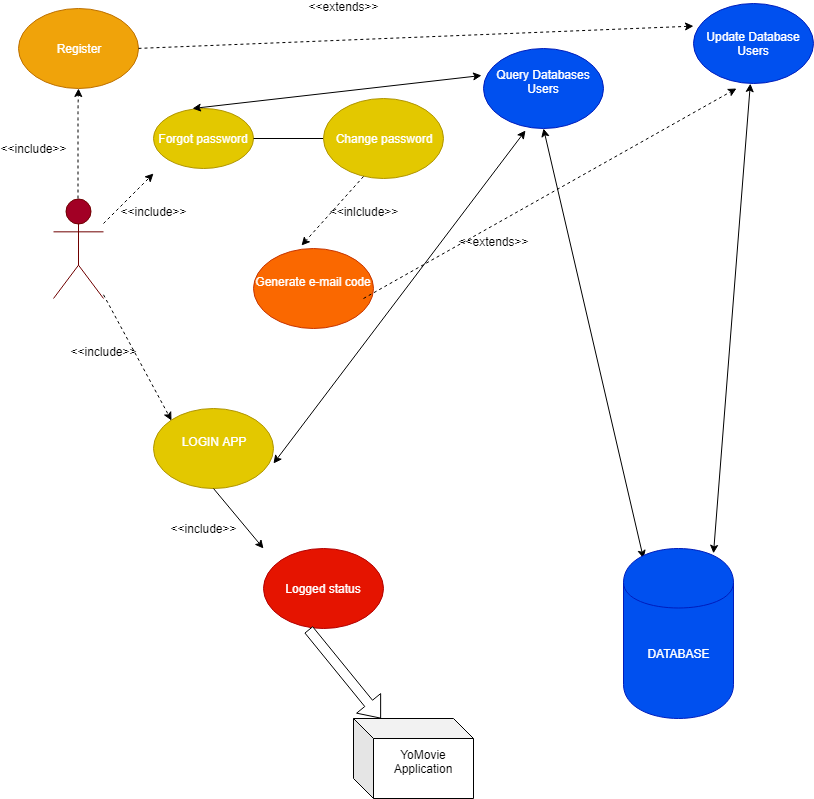
MarianCodrinCretu/Tehnologii-Web keeps this draw.io diagram as T2/UseCase/UserLoginRegister.png. Above is the earlier version. Source tidied: cells renumbered, new cells last; positions are measured from the earlier drawing's top-left corner, leaving out a move shared by most shapes. The source it was exported from:
```xml
<mxGraphModel>
  <root>
    <mxCell id="0" />
    <mxCell id="1" parent="0" />
    <mxCell id="2" value="Actor" style="shape=umlActor;verticalLabelPosition=bottom;labelBackgroundColor=#ffffff;verticalAlign=top;html=1;outlineConnect=0;fillColor=#a20025;strokeColor=#6F0000;fontColor=#ffffff;" parent="1" vertex="1">
      <mxGeometry x="50" y="195" width="50" height="100" as="geometry" />
    </mxCell>
    <mxCell id="3" style="endArrow=classic;html=1;dashed=1;fillColor=#ffffff;" parent="1" edge="1">
      <mxGeometry relative="1" as="geometry">
        <mxPoint x="74.5" y="195" as="sourcePoint" />
        <mxPoint x="75" y="85" as="targetPoint" />
        <Array as="points">
          <mxPoint x="74.5" y="105" />
        </Array>
      </mxGeometry>
    </mxCell>
    <mxCell id="4" value="&amp;lt;&amp;lt;include&amp;gt;&amp;gt;" style="text;html=1;strokeColor=none;fillColor=none;align=center;verticalAlign=middle;whiteSpace=wrap;rounded=0;" parent="1" vertex="1">
      <mxGeometry y="135" width="60" height="20" as="geometry" />
    </mxCell>
    <mxCell id="5" value="Register" style="ellipse;whiteSpace=wrap;html=1;fillColor=#f0a30a;strokeColor=#BD7000;fontColor=#ffffff;" parent="1" vertex="1">
      <mxGeometry x="15" y="5" width="120" height="80" as="geometry" />
    </mxCell>
    <mxCell id="6" value="&amp;lt;&amp;lt;include&amp;gt;&amp;gt;&lt;br&gt;&lt;br&gt;" style="text;html=1;strokeColor=none;fillColor=none;align=center;verticalAlign=middle;whiteSpace=wrap;rounded=0;" parent="1" vertex="1">
      <mxGeometry x="130" y="205" width="40" height="20" as="geometry" />
    </mxCell>
    <mxCell id="7" style="endArrow=classic;html=1;fillColor=#ffffff;dashed=1;" parent="1" edge="1">
      <mxGeometry relative="1" as="geometry">
        <mxPoint x="100" y="220" as="sourcePoint" />
        <mxPoint x="150" y="170" as="targetPoint" />
      </mxGeometry>
    </mxCell>
    <mxCell id="8" value="Forgot password" style="ellipse;whiteSpace=wrap;html=1;fillColor=#e3c800;strokeColor=#B09500;fontColor=#ffffff;" parent="1" vertex="1">
      <mxGeometry x="150" y="105" width="100" height="60" as="geometry" />
    </mxCell>
    <mxCell id="9" value="LOGIN APP&lt;br&gt;&lt;br&gt;" style="ellipse;whiteSpace=wrap;html=1;fillColor=#e3c800;strokeColor=#B09500;fontColor=#ffffff;" parent="1" vertex="1">
      <mxGeometry x="150" y="405" width="120" height="80" as="geometry" />
    </mxCell>
    <mxCell id="10" style="endArrow=none;html=1;fillColor=#ffffff;exitX=1;exitY=0.5;exitDx=0;exitDy=0;" parent="1" edge="1" source="8" target="11">
      <mxGeometry relative="1" as="geometry" />
    </mxCell>
    <mxCell id="11" value="Change password" style="ellipse;whiteSpace=wrap;html=1;fillColor=#e3c800;strokeColor=#B09500;fontColor=#ffffff;" parent="1" vertex="1">
      <mxGeometry x="320" y="95" width="120" height="80" as="geometry" />
    </mxCell>
    <mxCell id="12" style="endArrow=classic;html=1;fillColor=#ffffff;dashed=1;" parent="1" edge="1">
      <mxGeometry relative="1" as="geometry">
        <mxPoint x="135" y="44.9" as="sourcePoint" />
        <mxPoint x="690" y="22.6" as="targetPoint" />
      </mxGeometry>
    </mxCell>
    <mxCell id="13" value="&amp;lt;&amp;lt;extends&amp;gt;&amp;gt;&lt;br&gt;&lt;br&gt;" style="text;html=1;strokeColor=none;fillColor=none;align=center;verticalAlign=middle;whiteSpace=wrap;rounded=0;" parent="1" vertex="1">
      <mxGeometry x="320" width="40" height="20" as="geometry" />
    </mxCell>
    <mxCell id="14" value="Generate e-mail code&lt;br&gt;&lt;br&gt;" style="ellipse;whiteSpace=wrap;html=1;fillColor=#fa6800;strokeColor=#C73500;fontColor=#ffffff;" parent="1" vertex="1">
      <mxGeometry x="250" y="245" width="120" height="80" as="geometry" />
    </mxCell>
    <mxCell id="15" style="endArrow=classic;html=1;dashed=1;fillColor=#ffffff;entryX=0.4;entryY=-0.035;entryDx=0;entryDy=0;entryPerimeter=0;exitX=0.33;exitY=0.98;exitDx=0;exitDy=0;exitPerimeter=0;" parent="1" edge="1" source="11" target="14">
      <mxGeometry relative="1" as="geometry" />
    </mxCell>
    <mxCell id="16" value="&amp;lt;&amp;lt;inlclude&amp;gt;&amp;gt;&lt;br&gt;&lt;br&gt;" style="text;html=1;strokeColor=none;fillColor=none;align=center;verticalAlign=middle;whiteSpace=wrap;rounded=0;" parent="1" vertex="1">
      <mxGeometry x="340" y="205" width="40" height="20" as="geometry" />
    </mxCell>
    <mxCell id="17" style="endArrow=classic;html=1;dashed=1;fillColor=#ffffff;entryX=0.329;entryY=0.997;entryDx=0;entryDy=0;entryPerimeter=0;" parent="1" edge="1">
      <mxGeometry relative="1" as="geometry">
        <mxPoint x="360" y="295" as="sourcePoint" />
        <mxPoint x="733" y="85" as="targetPoint" />
      </mxGeometry>
    </mxCell>
    <mxCell id="18" value="&amp;lt;&amp;lt;extends&amp;gt;&amp;gt;&lt;br&gt;&lt;br&gt;" style="text;html=1;strokeColor=none;fillColor=none;align=center;verticalAlign=middle;whiteSpace=wrap;rounded=0;" parent="1" vertex="1">
      <mxGeometry x="470" y="235" width="40" height="20" as="geometry" />
    </mxCell>
    <mxCell id="19" value="Update Database Users" style="ellipse;whiteSpace=wrap;html=1;fillColor=#0050ef;strokeColor=#001DBC;fontColor=#ffffff;" parent="1" vertex="1">
      <mxGeometry x="690" y="0.2" width="120" height="80" as="geometry" />
    </mxCell>
    <mxCell id="20" value="Query Databases Users&lt;br&gt;&lt;br&gt;" style="ellipse;whiteSpace=wrap;html=1;fillColor=#0050ef;strokeColor=#001DBC;fontColor=#ffffff;" parent="1" vertex="1">
      <mxGeometry x="480" y="45" width="120" height="80" as="geometry" />
    </mxCell>
    <mxCell id="21" style="endArrow=classic;startArrow=classic;html=1;fillColor=#ffffff;entryX=0.5;entryY=1;entryDx=0;entryDy=0;" parent="1" edge="1" target="20">
      <mxGeometry relative="1" as="geometry">
        <mxPoint x="640" y="555" as="sourcePoint" />
      </mxGeometry>
    </mxCell>
    <mxCell id="22" style="endArrow=classic;startArrow=classic;html=1;fillColor=#ffffff;" parent="1" edge="1" target="19">
      <mxGeometry relative="1" as="geometry">
        <mxPoint x="710" y="549.8" as="sourcePoint" />
      </mxGeometry>
    </mxCell>
    <mxCell id="23" value="DATABASE" style="shape=cylinder;whiteSpace=wrap;html=1;boundedLbl=1;backgroundOutline=1;fillColor=#0050ef;strokeColor=#001DBC;fontColor=#ffffff;" parent="1" vertex="1">
      <mxGeometry x="620" y="545" width="110" height="170" as="geometry" />
    </mxCell>
    <mxCell id="24" style="endArrow=classic;startArrow=classic;html=1;fillColor=#ffffff;exitX=0.392;exitY=-0.007;exitDx=0;exitDy=0;exitPerimeter=0;entryX=-0.013;entryY=0.34;entryDx=0;entryDy=0;entryPerimeter=0;" parent="1" edge="1" source="8" target="20">
      <mxGeometry relative="1" as="geometry" />
    </mxCell>
    <mxCell id="25" style="endArrow=classic;html=1;fillColor=#ffffff;entryX=0;entryY=0;entryDx=0;entryDy=0;dashed=1;" parent="1" edge="1" source="2" target="9">
      <mxGeometry relative="1" as="geometry" />
    </mxCell>
    <mxCell id="26" value="&amp;lt;&amp;lt;include&amp;gt;&amp;gt;&lt;br&gt;&lt;br&gt;" style="text;html=1;strokeColor=none;fillColor=none;align=center;verticalAlign=middle;whiteSpace=wrap;rounded=0;" parent="1" vertex="1">
      <mxGeometry x="80" y="345" width="40" height="20" as="geometry" />
    </mxCell>
    <mxCell id="27" style="endArrow=classic;startArrow=classic;html=1;fillColor=#ffffff;entryX=0.35;entryY=1.025;entryDx=0;entryDy=0;entryPerimeter=0;" parent="1" edge="1" target="20">
      <mxGeometry relative="1" as="geometry">
        <mxPoint x="270" y="460" as="sourcePoint" />
      </mxGeometry>
    </mxCell>
    <mxCell id="28" style="endArrow=classic;html=1;fillColor=#ffffff;exitX=0.5;exitY=1;exitDx=0;exitDy=0;" parent="1" edge="1" source="9">
      <mxGeometry relative="1" as="geometry">
        <mxPoint x="260" y="545" as="targetPoint" />
      </mxGeometry>
    </mxCell>
    <mxCell id="29" value="&amp;lt;&amp;lt;include&amp;gt;&amp;gt;" style="text;html=1;strokeColor=none;fillColor=none;align=center;verticalAlign=middle;whiteSpace=wrap;rounded=0;" parent="1" vertex="1">
      <mxGeometry x="180" y="515" width="40" height="20" as="geometry" />
    </mxCell>
    <mxCell id="30" value="Logged status" style="ellipse;whiteSpace=wrap;html=1;fillColor=#e51400;strokeColor=#B20000;fontColor=#ffffff;" parent="1" vertex="1">
      <mxGeometry x="260" y="545" width="120" height="80" as="geometry" />
    </mxCell>
    <mxCell id="31" style="shape=flexArrow;endArrow=classic;html=1;fillColor=#ffffff;exitX=0.377;exitY=1.015;exitDx=0;exitDy=0;exitPerimeter=0;" parent="1" edge="1" source="30" target="32">
      <mxGeometry relative="1" as="geometry" />
    </mxCell>
    <mxCell id="32" value="YoMovie Application&lt;br&gt;&lt;br&gt;" style="shape=cube;whiteSpace=wrap;html=1;boundedLbl=1;backgroundOutline=1;darkOpacity=0.05;darkOpacity2=0.1;" parent="1" vertex="1">
      <mxGeometry x="350" y="715" width="120" height="80" as="geometry" />
    </mxCell>
  </root>
</mxGraphModel>
```
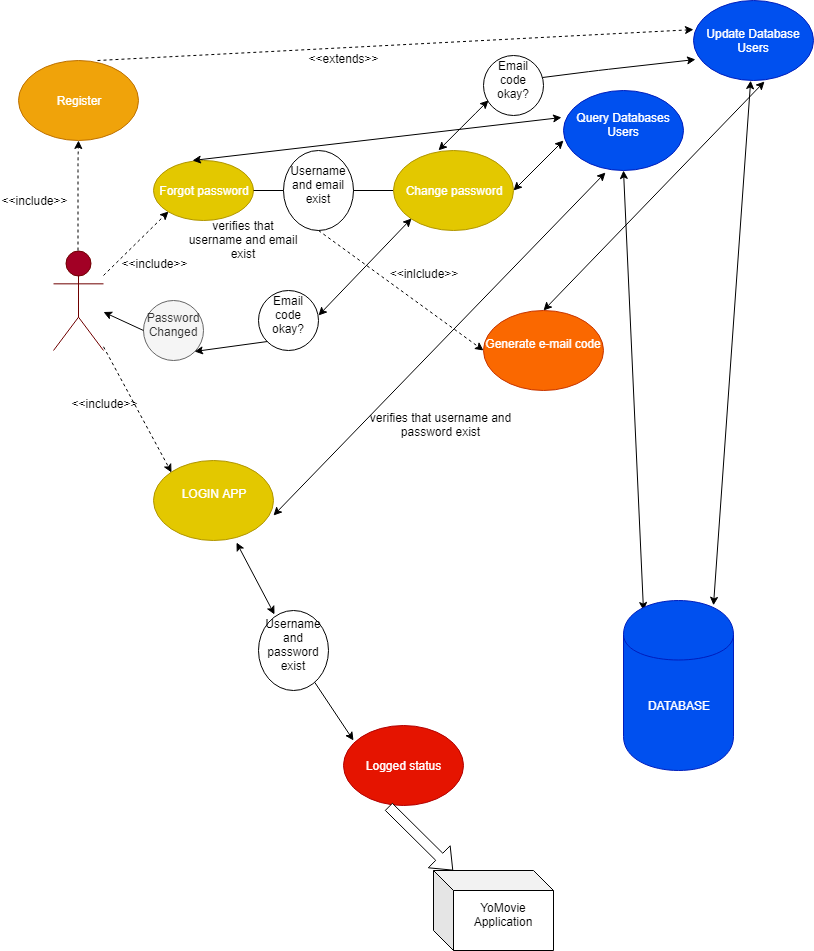
Later version of the same file.

Commit message:
UseCaseLogin modificat

Diff of the diagram source:
```diff
@@ -23,10 +23,9 @@
     <mxCell id="6" value="&amp;lt;&amp;lt;include&amp;gt;&amp;gt;&lt;br&gt;&lt;br&gt;" style="text;html=1;strokeColor=none;fillColor=none;align=center;verticalAlign=middle;whiteSpace=wrap;rounded=0;" parent="1" vertex="1">
       <mxGeometry x="130" y="205" width="40" height="20" as="geometry" />
     </mxCell>
-    <mxCell id="7" style="endArrow=classic;html=1;fillColor=#ffffff;dashed=1;" parent="1" edge="1">
+    <mxCell id="7" style="endArrow=classic;html=1;fillColor=#ffffff;dashed=1;entryX=0;entryY=1;entryDx=0;entryDy=0;" parent="1" edge="1" target="8">
       <mxGeometry relative="1" as="geometry">
         <mxPoint x="100" y="220" as="sourcePoint" />
-        <mxPoint x="150" y="170" as="targetPoint" />
       </mxGeometry>
     </mxCell>
     <mxCell id="8" value="Forgot password" style="ellipse;whiteSpace=wrap;html=1;fillColor=#e3c800;strokeColor=#B09500;fontColor=#ffffff;" parent="1" vertex="1">
@@ -39,40 +38,27 @@
       <mxGeometry relative="1" as="geometry" />
     </mxCell>
     <mxCell id="11" value="Change password" style="ellipse;whiteSpace=wrap;html=1;fillColor=#e3c800;strokeColor=#B09500;fontColor=#ffffff;" parent="1" vertex="1">
-      <mxGeometry x="320" y="95" width="120" height="80" as="geometry" />
+      <mxGeometry x="390" y="95" width="120" height="80" as="geometry" />
     </mxCell>
-    <mxCell id="12" style="endArrow=classic;html=1;fillColor=#ffffff;dashed=1;" parent="1" edge="1">
+    <mxCell id="12" style="endArrow=classic;html=1;fillColor=#ffffff;dashed=1;exitX=0.661;exitY=-0.002;exitDx=0;exitDy=0;exitPerimeter=0;" parent="1" edge="1" source="5">
       <mxGeometry relative="1" as="geometry">
-        <mxPoint x="135" y="44.9" as="sourcePoint" />
-        <mxPoint x="690" y="22.6" as="targetPoint" />
+        <mxPoint x="690" y="-25.9" as="targetPoint" />
       </mxGeometry>
     </mxCell>
     <mxCell id="13" value="&amp;lt;&amp;lt;extends&amp;gt;&amp;gt;&lt;br&gt;&lt;br&gt;" style="text;html=1;strokeColor=none;fillColor=none;align=center;verticalAlign=middle;whiteSpace=wrap;rounded=0;" parent="1" vertex="1">
       <mxGeometry x="320" width="40" height="20" as="geometry" />
     </mxCell>
     <mxCell id="14" value="Generate e-mail code&lt;br&gt;&lt;br&gt;" style="ellipse;whiteSpace=wrap;html=1;fillColor=#fa6800;strokeColor=#C73500;fontColor=#ffffff;" parent="1" vertex="1">
-      <mxGeometry x="250" y="245" width="120" height="80" as="geometry" />
+      <mxGeometry x="480" y="255" width="120" height="80" as="geometry" />
     </mxCell>
-    <mxCell id="15" style="endArrow=classic;html=1;dashed=1;fillColor=#ffffff;entryX=0.4;entryY=-0.035;entryDx=0;entryDy=0;entryPerimeter=0;exitX=0.33;exitY=0.98;exitDx=0;exitDy=0;exitPerimeter=0;" parent="1" edge="1" source="11" target="14">
-      <mxGeometry relative="1" as="geometry" />
-    </mxCell>
     <mxCell id="16" value="&amp;lt;&amp;lt;inlclude&amp;gt;&amp;gt;&lt;br&gt;&lt;br&gt;" style="text;html=1;strokeColor=none;fillColor=none;align=center;verticalAlign=middle;whiteSpace=wrap;rounded=0;" parent="1" vertex="1">
-      <mxGeometry x="340" y="205" width="40" height="20" as="geometry" />
+      <mxGeometry x="400" y="215" width="40" height="20" as="geometry" />
     </mxCell>
-    <mxCell id="17" style="endArrow=classic;html=1;dashed=1;fillColor=#ffffff;entryX=0.329;entryY=0.997;entryDx=0;entryDy=0;entryPerimeter=0;" parent="1" edge="1">
-      <mxGeometry relative="1" as="geometry">
-        <mxPoint x="360" y="295" as="sourcePoint" />
-        <mxPoint x="733" y="85" as="targetPoint" />
-      </mxGeometry>
-    </mxCell>
-    <mxCell id="18" value="&amp;lt;&amp;lt;extends&amp;gt;&amp;gt;&lt;br&gt;&lt;br&gt;" style="text;html=1;strokeColor=none;fillColor=none;align=center;verticalAlign=middle;whiteSpace=wrap;rounded=0;" parent="1" vertex="1">
-      <mxGeometry x="470" y="235" width="40" height="20" as="geometry" />
-    </mxCell>
     <mxCell id="19" value="Update Database Users" style="ellipse;whiteSpace=wrap;html=1;fillColor=#0050ef;strokeColor=#001DBC;fontColor=#ffffff;" parent="1" vertex="1">
-      <mxGeometry x="690" y="0.2" width="120" height="80" as="geometry" />
+      <mxGeometry x="690" y="-54.8" width="120" height="80" as="geometry" />
     </mxCell>
     <mxCell id="20" value="Query Databases Users&lt;br&gt;&lt;br&gt;" style="ellipse;whiteSpace=wrap;html=1;fillColor=#0050ef;strokeColor=#001DBC;fontColor=#ffffff;" parent="1" vertex="1">
-      <mxGeometry x="480" y="45" width="120" height="80" as="geometry" />
+      <mxGeometry x="560" y="35" width="120" height="80" as="geometry" />
     </mxCell>
     <mxCell id="21" style="endArrow=classic;startArrow=classic;html=1;fillColor=#ffffff;entryX=0.5;entryY=1;entryDx=0;entryDy=0;" parent="1" edge="1" target="20">
       <mxGeometry relative="1" as="geometry">
@@ -101,22 +87,82 @@
         <mxPoint x="270" y="460" as="sourcePoint" />
       </mxGeometry>
     </mxCell>
-    <mxCell id="28" style="endArrow=classic;html=1;fillColor=#ffffff;exitX=0.5;exitY=1;exitDx=0;exitDy=0;" parent="1" edge="1" source="9">
-      <mxGeometry relative="1" as="geometry">
-        <mxPoint x="260" y="545" as="targetPoint" />
-      </mxGeometry>
-    </mxCell>
-    <mxCell id="29" value="&amp;lt;&amp;lt;include&amp;gt;&amp;gt;" style="text;html=1;strokeColor=none;fillColor=none;align=center;verticalAlign=middle;whiteSpace=wrap;rounded=0;" parent="1" vertex="1">
-      <mxGeometry x="180" y="515" width="40" height="20" as="geometry" />
-    </mxCell>
     <mxCell id="30" value="Logged status" style="ellipse;whiteSpace=wrap;html=1;fillColor=#e51400;strokeColor=#B20000;fontColor=#ffffff;" parent="1" vertex="1">
-      <mxGeometry x="260" y="545" width="120" height="80" as="geometry" />
+      <mxGeometry x="340" y="670" width="120" height="80" as="geometry" />
     </mxCell>
     <mxCell id="31" style="shape=flexArrow;endArrow=classic;html=1;fillColor=#ffffff;exitX=0.377;exitY=1.015;exitDx=0;exitDy=0;exitPerimeter=0;" parent="1" edge="1" source="30" target="32">
       <mxGeometry relative="1" as="geometry" />
     </mxCell>
     <mxCell id="32" value="YoMovie Application&lt;br&gt;&lt;br&gt;" style="shape=cube;whiteSpace=wrap;html=1;boundedLbl=1;backgroundOutline=1;darkOpacity=0.05;darkOpacity2=0.1;" parent="1" vertex="1">
-      <mxGeometry x="350" y="715" width="120" height="80" as="geometry" />
+      <mxGeometry x="430" y="815" width="120" height="80" as="geometry" />
     </mxCell>
+    <mxCell id="33" value="verifies that username and password exist&lt;br&gt;&lt;br&gt;" style="text;html=1;strokeColor=none;fillColor=none;align=center;verticalAlign=middle;whiteSpace=wrap;rounded=0;" parent="1" vertex="1">
+      <mxGeometry x="365" y="365" width="145" height="20" as="geometry" />
+    </mxCell>
+    <mxCell id="34" value="verifies that username and email exist&lt;br&gt;&lt;br&gt;" style="text;html=1;strokeColor=none;fillColor=none;align=center;verticalAlign=middle;whiteSpace=wrap;rounded=0;" parent="1" vertex="1">
+      <mxGeometry x="180" y="165" width="120" height="50" as="geometry" />
+    </mxCell>
+    <mxCell id="35" value="Username and email exist&lt;br&gt;&lt;br&gt;" style="ellipse;whiteSpace=wrap;html=1;" parent="1" vertex="1">
+      <mxGeometry x="280" y="95" width="70" height="80" as="geometry" />
+    </mxCell>
+    <mxCell id="36" value="Username and password exist&lt;br&gt;&lt;br&gt;" style="ellipse;whiteSpace=wrap;html=1;" parent="1" vertex="1">
+      <mxGeometry x="255" y="555" width="70" height="80" as="geometry" />
+    </mxCell>
+    <mxCell id="37" style="endArrow=classic;startArrow=classic;html=1;exitX=0.226;exitY=0.05;exitDx=0;exitDy=0;exitPerimeter=0;entryX=0.693;entryY=1.025;entryDx=0;entryDy=0;entryPerimeter=0;" parent="1" edge="1" source="36" target="9">
+      <mxGeometry relative="1" as="geometry" />
+    </mxCell>
+    <mxCell id="38" style="endArrow=classic;html=1;entryX=0.083;entryY=0.188;entryDx=0;entryDy=0;entryPerimeter=0;" parent="1" edge="1" source="36" target="30">
+      <mxGeometry relative="1" as="geometry" />
+    </mxCell>
+    <mxCell id="39" value="Password Changed&lt;br&gt;&lt;br&gt;" style="ellipse;whiteSpace=wrap;html=1;fillColor=#f5f5f5;strokeColor=#666666;fontColor=#333333;" parent="1" vertex="1">
+      <mxGeometry x="140" y="245" width="60" height="60" as="geometry" />
+    </mxCell>
+    <mxCell id="40" style="endArrow=classic;startArrow=classic;html=1;entryX=0.594;entryY=1.009;entryDx=0;entryDy=0;entryPerimeter=0;" parent="1" edge="1" target="19">
+      <mxGeometry relative="1" as="geometry">
+        <mxPoint x="540" y="255" as="sourcePoint" />
+      </mxGeometry>
+    </mxCell>
+    <mxCell id="41" style="endArrow=classic;html=1;exitX=0.5;exitY=1;exitDx=0;exitDy=0;entryX=0;entryY=0.5;entryDx=0;entryDy=0;dashed=1;" parent="1" edge="1" source="35" target="14">
+      <mxGeometry relative="1" as="geometry" />
+    </mxCell>
+    <mxCell id="42" style="endArrow=classic;startArrow=classic;html=1;" parent="1" edge="1">
+      <mxGeometry relative="1" as="geometry">
+        <mxPoint x="510" y="135" as="sourcePoint" />
+        <mxPoint x="560" y="85" as="targetPoint" />
+      </mxGeometry>
+    </mxCell>
+    <mxCell id="43" value="Email code okay?&lt;br&gt;&lt;br&gt;" style="ellipse;whiteSpace=wrap;html=1;" parent="1" vertex="1">
+      <mxGeometry x="480" y="0.2" width="60" height="60" as="geometry" />
+    </mxCell>
+    <mxCell id="44" style="endArrow=classic;startArrow=classic;html=1;" parent="1" edge="1">
+      <mxGeometry relative="1" as="geometry">
+        <mxPoint x="435" y="94.9" as="sourcePoint" />
+        <mxPoint x="485" y="44.9" as="targetPoint" />
+        <Array as="points">
+          <mxPoint x="465" y="64.9" />
+        </Array>
+      </mxGeometry>
+    </mxCell>
+    <mxCell id="45" style="endArrow=classic;html=1;exitX=0.991;exitY=0.367;exitDx=0;exitDy=0;exitPerimeter=0;entryX=0.018;entryY=0.736;entryDx=0;entryDy=0;entryPerimeter=0;" parent="1" edge="1" source="43" target="19">
+      <mxGeometry relative="1" as="geometry">
+        <Array as="points">
+          <mxPoint x="595" y="14.9" />
+        </Array>
+      </mxGeometry>
+    </mxCell>
+    <mxCell id="46" value="Email code okay?&lt;br&gt;&lt;br&gt;" style="ellipse;whiteSpace=wrap;html=1;" parent="1" vertex="1">
+      <mxGeometry x="255" y="235.2" width="60" height="60" as="geometry" />
+    </mxCell>
+    <mxCell id="47" style="endArrow=classic;startArrow=classic;html=1;entryX=0;entryY=1;entryDx=0;entryDy=0;" parent="1" edge="1" target="11">
+      <mxGeometry relative="1" as="geometry">
+        <mxPoint x="315" y="260" as="sourcePoint" />
+      </mxGeometry>
+    </mxCell>
+    <mxCell id="48" style="endArrow=classic;html=1;entryX=1;entryY=1;entryDx=0;entryDy=0;exitX=0;exitY=1;exitDx=0;exitDy=0;" parent="1" edge="1" source="46" target="39">
+      <mxGeometry relative="1" as="geometry" />
+    </mxCell>
+    <mxCell id="49" style="endArrow=classic;html=1;exitX=0;exitY=0.5;exitDx=0;exitDy=0;" parent="1" edge="1" source="39" target="2">
+      <mxGeometry relative="1" as="geometry" />
+    </mxCell>
   </root>
 </mxGraphModel>
```
